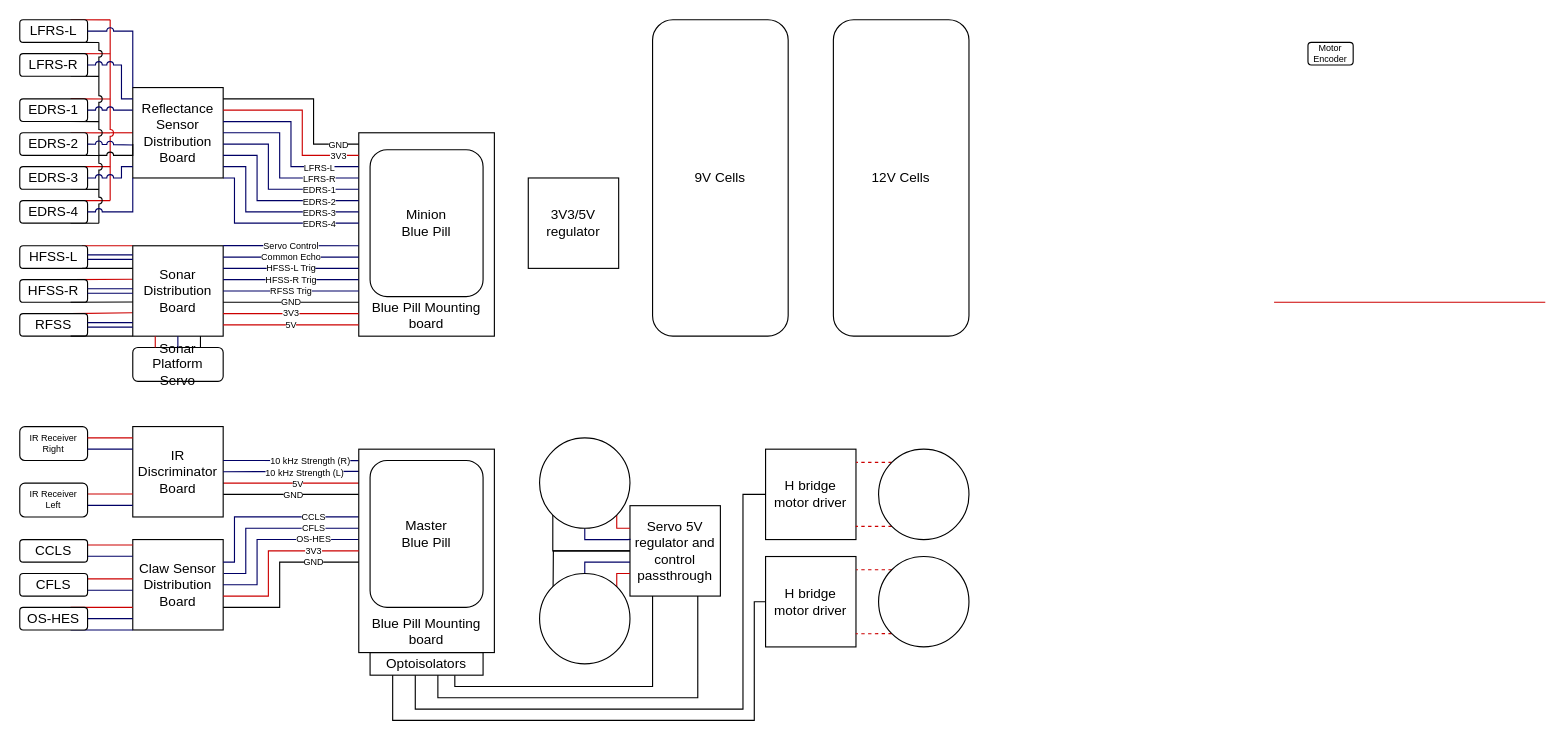
ENPH-253-Team-Nine/Electronics-Diagrams keeps this draw.io diagram as Electroncs.drawio. Above is the earlier version. Source tidied: cells renumbered, new cells numbered last; positions are measured from the earlier drawing's top-left corner, leaving out a move shared by most shapes. Both pictures are drawn from the tidied source at 113%, with x=0, y=0 at pixel (19, 19).
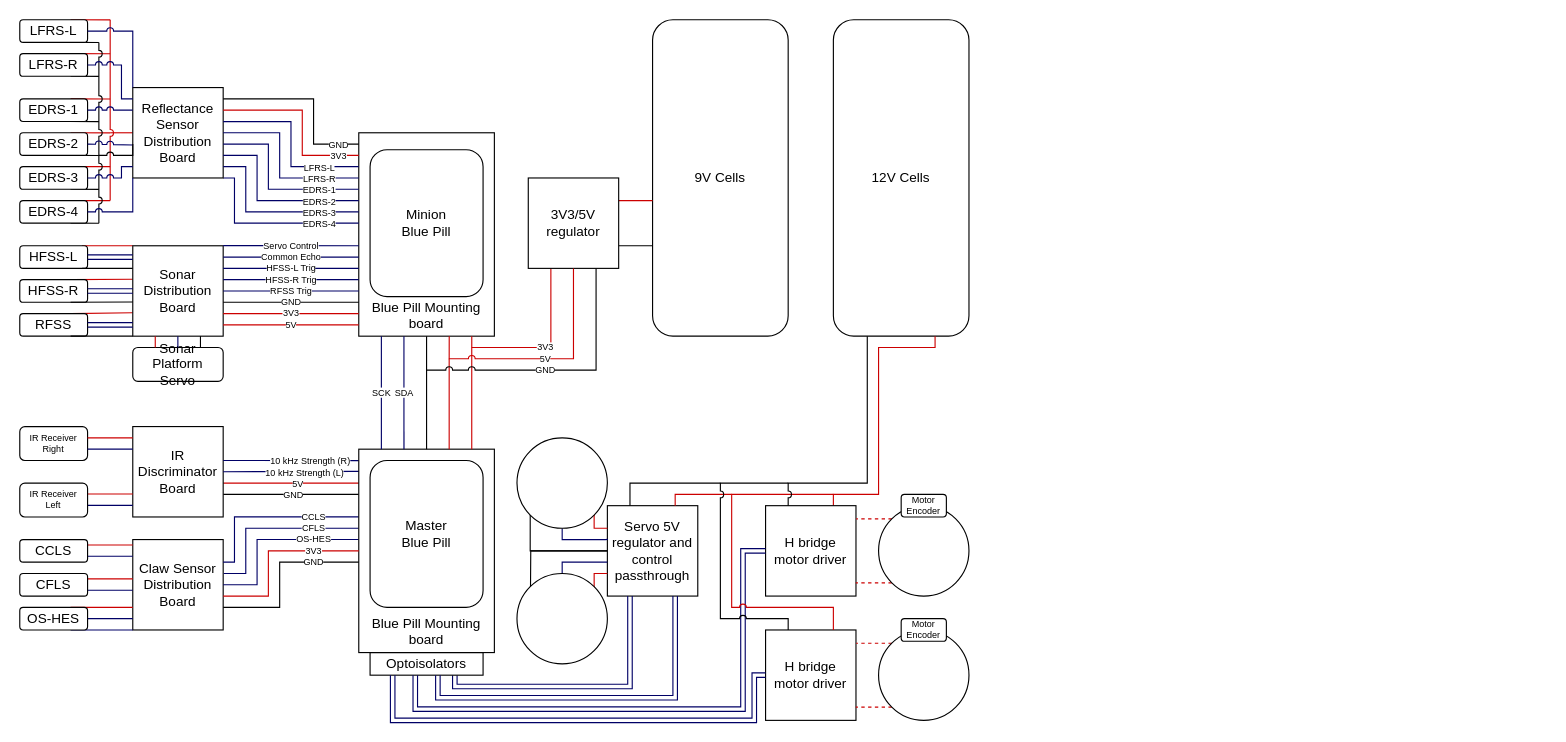
The same page after the edit.

Commit message:
3v3/5v regulator wired

Unchanged cells that the change refers to:
```xml
<mxCell id="7" value="12V Cells" style="rounded=1;whiteSpace=wrap;html=1;" parent="1" vertex="1">
  <mxGeometry x="720" width="120" height="280" as="geometry" />
</mxCell>
<mxCell id="8" value="9V Cells" style="rounded=1;whiteSpace=wrap;html=1;" parent="1" vertex="1">
  <mxGeometry x="560" width="120" height="280" as="geometry" />
</mxCell>
<mxCell id="23" value="&lt;div&gt;&lt;br&gt;&lt;/div&gt;&lt;div&gt;&lt;br&gt;&lt;/div&gt;&lt;div&gt;&lt;br&gt;&lt;/div&gt;&lt;div&gt;&lt;br&gt;&lt;/div&gt;&lt;div&gt;&lt;br&gt;&lt;/div&gt;&lt;div&gt;&lt;br&gt;&lt;/div&gt;&lt;div&gt;&lt;br&gt;&lt;/div&gt;&lt;div&gt;&lt;br&gt;&lt;/div&gt;&lt;div&gt;&lt;br&gt;&lt;/div&gt;&lt;div&gt;&lt;br&gt;&lt;/div&gt;&lt;div&gt;Blue Pill Mounting board&lt;/div&gt;" style="rounded=0;whiteSpace=wrap;html=1;" parent="1" vertex="1">
  <mxGeometry x="300" y="100" width="120" height="180" as="geometry" />
</mxCell>
<mxCell id="25" value="3V3/5V regulator" style="whiteSpace=wrap;html=1;" parent="1" vertex="1">
  <mxGeometry x="450" y="140" width="80" height="80" as="geometry" />
</mxCell>
<mxCell id="86" value="&lt;font style=&quot;font-size: 12px;&quot;&gt;Optoisolators&lt;/font&gt;" style="rounded=0;whiteSpace=wrap;html=1;shadow=0;fontSize=8;rotation=0;" parent="1" vertex="1">
  <mxGeometry x="310" y="560" width="100" height="20" as="geometry" />
</mxCell>
<mxCell id="111" value="&lt;div&gt;&lt;br&gt;&lt;/div&gt;&lt;div&gt;&lt;br&gt;&lt;/div&gt;&lt;div&gt;&lt;br&gt;&lt;/div&gt;&lt;div&gt;&lt;br&gt;&lt;/div&gt;&lt;div&gt;&lt;br&gt;&lt;/div&gt;&lt;div&gt;&lt;br&gt;&lt;/div&gt;&lt;div&gt;&lt;br&gt;&lt;/div&gt;&lt;div&gt;&lt;br&gt;&lt;/div&gt;&lt;div&gt;&lt;br&gt;&lt;/div&gt;&lt;div&gt;&lt;br&gt;&lt;/div&gt;&lt;div&gt;Blue Pill Mounting board&lt;/div&gt;" style="rounded=0;whiteSpace=wrap;html=1;" parent="1" vertex="1">
  <mxGeometry x="300" y="380" width="120" height="180" as="geometry" />
</mxCell>
```

Diff of the diagram source:
```diff
@@
     <mxCell id="9" value="H bridge motor driver" style="whiteSpace=wrap;html=1;" parent="1" vertex="1">
-      <mxGeometry x="660" y="475" width="80" height="80" as="geometry" />
+      <mxGeometry x="660" y="540" width="80" height="80" as="geometry" />
     </mxCell>
     <mxCell id="10" style="edgeStyle=orthogonalEdgeStyle;rounded=0;jettySize=auto;html=1;exitX=0;exitY=0.5;exitDx=0;exitDy=0;entryX=0;entryY=0;entryDx=0;entryDy=0;endArrow=none;endFill=0;" parent="1" edge="1" source="11">
       <mxGeometry relative="1" as="geometry">
-        <mxPoint x="471.7" y="541.7" as="targetPoint" />
+        <mxPoint x="451.7" y="541.7" as="targetPoint" />
       </mxGeometry>
     </mxCell>
     <mxCell id="11" value="Servo 5V regulator and control passthrough" style="whiteSpace=wrap;html=1;" parent="1" vertex="1">
-      <mxGeometry x="540" y="430" width="80" height="80" as="geometry" />
+      <mxGeometry x="520" y="430" width="80" height="80" as="geometry" />
     </mxCell>
@@
     <mxCell id="14" style="ellipse;whiteSpace=wrap;html=1;" parent="1" vertex="1">
-      <mxGeometry x="760" y="475" width="80" height="80" as="geometry" />
+      <mxGeometry x="760" y="540" width="80" height="80" as="geometry" />
     </mxCell>
     <mxCell id="15" style="edgeStyle=orthogonalEdgeStyle;rounded=0;jettySize=auto;html=1;exitX=1;exitY=1;exitDx=0;exitDy=0;entryX=0;entryY=0.25;entryDx=0;entryDy=0;endArrow=none;endFill=0;strokeColor=#CC0000;" parent="1" edge="1" source="18" target="11">
       <mxGeometry relative="1" as="geometry">
         <Array as="points">
-          <mxPoint x="528" y="450" />
+          <mxPoint x="508" y="450" />
         </Array>
       </mxGeometry>
     </mxCell>
     <mxCell id="16" style="edgeStyle=orthogonalEdgeStyle;rounded=0;jettySize=auto;html=1;exitX=0.5;exitY=1;exitDx=0;exitDy=0;endArrow=none;endFill=0;entryX=0.006;entryY=0.373;entryDx=0;entryDy=0;entryPerimeter=0;strokeColor=#000066;" parent="1" edge="1" source="18" target="11">
       <mxGeometry relative="1" as="geometry">
         <Array as="points">
-          <mxPoint x="500" y="460" />
-          <mxPoint x="538" y="460" />
+          <mxPoint x="480" y="460" />
+          <mxPoint x="518" y="460" />
         </Array>
       </mxGeometry>
     </mxCell>
@@
     <mxCell id="18" style="ellipse;whiteSpace=wrap;html=1;" parent="1" vertex="1">
-      <mxGeometry x="460" y="370" width="80" height="80" as="geometry" />
+      <mxGeometry x="440" y="370" width="80" height="80" as="geometry" />
     </mxCell>
     <mxCell id="19" style="edgeStyle=orthogonalEdgeStyle;rounded=0;jettySize=auto;html=1;exitX=0.5;exitY=0;exitDx=0;exitDy=0;entryX=0;entryY=0.625;entryDx=0;entryDy=0;entryPerimeter=0;endArrow=none;endFill=0;strokeColor=#000066;" parent="1" edge="1" target="11">
       <mxGeometry relative="1" as="geometry">
-        <mxPoint x="500" y="530" as="sourcePoint" />
+        <mxPoint x="480" y="530" as="sourcePoint" />
         <Array as="points">
-          <mxPoint x="500" y="480" />
+          <mxPoint x="480" y="480" />
         </Array>
       </mxGeometry>
     </mxCell>
     <mxCell id="20" style="edgeStyle=orthogonalEdgeStyle;rounded=0;jettySize=auto;html=1;exitX=1;exitY=0;exitDx=0;exitDy=0;entryX=0;entryY=0.75;entryDx=0;entryDy=0;endArrow=none;endFill=0;strokeColor=#CC0000;" parent="1" edge="1" target="11">
       <mxGeometry relative="1" as="geometry">
-        <mxPoint x="528.3" y="541.7" as="sourcePoint" />
+        <mxPoint x="508.3" y="541.7" as="sourcePoint" />
         <Array as="points">
-          <mxPoint x="528" y="490" />
+          <mxPoint x="508" y="490" />
         </Array>
       </mxGeometry>
     </mxCell>
     <mxCell id="21" style="ellipse;whiteSpace=wrap;html=1;" parent="1" vertex="1">
-      <mxGeometry x="460" y="490" width="80" height="80" as="geometry" />
+      <mxGeometry x="440" y="490" width="80" height="80" as="geometry" />
     </mxCell>
-    <mxCell id="22" style="edgeStyle=orthogonalEdgeStyle;rounded=0;orthogonalLoop=1;jettySize=auto;html=1;endArrow=none;endFill=0;strokeColor=#CC0000;" parent="1" edge="1">
-      <mxGeometry relative="1" as="geometry">
-        <mxPoint x="1110" y="250" as="sourcePoint" />
-        <mxPoint x="1350" y="250" as="targetPoint" />
-      </mxGeometry>
-    </mxCell>
@@
+    <mxCell id="122" style="rounded=0;sketch=0;jumpStyle=arc;jettySize=auto;html=1;exitX=1;exitY=0.25;exitDx=0;exitDy=0;shadow=0;fontSize=8;endArrow=none;endFill=0;strokeColor=#CC0000;" parent="1" edge="1" source="25">
+      <mxGeometry relative="1" as="geometry">
+        <mxPoint x="560" y="160" as="targetPoint" />
+      </mxGeometry>
+    </mxCell>
+    <mxCell id="123" style="edgeStyle=orthogonalEdgeStyle;rounded=0;sketch=0;jumpStyle=arc;jettySize=auto;html=1;exitX=1;exitY=0.75;exitDx=0;exitDy=0;entryX=0;entryY=0.716;entryDx=0;entryDy=0;entryPerimeter=0;shadow=0;fontSize=8;endArrow=none;endFill=0;strokeColor=#000000;" parent="1" edge="1" source="25" target="8">
+      <mxGeometry relative="1" as="geometry" />
+    </mxCell>
+    <mxCell id="124" value="3V3" style="edgeStyle=orthogonalEdgeStyle;rounded=0;sketch=0;jumpStyle=arc;jettySize=auto;html=1;exitX=0.25;exitY=1;exitDx=0;exitDy=0;shadow=0;fontSize=8;endArrow=none;endFill=0;strokeColor=#CC0000;" parent="1" edge="1" source="25">
+      <mxGeometry relative="1" as="geometry">
+        <mxPoint x="400" y="280" as="targetPoint" />
+        <Array as="points">
+          <mxPoint x="470" y="290" />
+          <mxPoint x="400" y="290" />
+        </Array>
+      </mxGeometry>
+    </mxCell>
@@
-    <mxCell id="85" style="edgeStyle=orthogonalEdgeStyle;rounded=0;sketch=0;jumpStyle=none;jettySize=auto;html=1;entryX=0.25;entryY=1;entryDx=0;entryDy=0;shadow=0;fontSize=8;endArrow=none;endFill=0;strokeColor=#000000;exitX=0.75;exitY=1;exitDx=0;exitDy=0;" parent="1" edge="1" source="86" target="11">
+    <mxCell id="85" style="edgeStyle=orthogonalEdgeStyle;rounded=0;sketch=0;jumpStyle=none;jettySize=auto;html=1;entryX=0.25;entryY=1;entryDx=0;entryDy=0;shadow=0;fontSize=8;endArrow=none;endFill=0;strokeColor=#000066;exitX=0.75;exitY=1;exitDx=0;exitDy=0;shape=link;" parent="1" edge="1" source="86" target="11">
       <mxGeometry relative="1" as="geometry">
         <Array as="points">
           <mxPoint x="385" y="590" />
-          <mxPoint x="560" y="590" />
+          <mxPoint x="540" y="590" />
         </Array>
       </mxGeometry>
     </mxCell>
@@
-    <mxCell id="95" value="Motor Encoder" style="rounded=1;whiteSpace=wrap;html=1;shadow=0;fontSize=8;" parent="1" vertex="1">
-      <mxGeometry x="1140" y="20" width="40" height="20" as="geometry" />
-    </mxCell>
@@
+    <mxCell id="125" style="edgeStyle=orthogonalEdgeStyle;rounded=0;sketch=0;jumpStyle=none;jettySize=auto;html=1;exitX=0.75;exitY=0;exitDx=0;exitDy=0;entryX=0.75;entryY=1;entryDx=0;entryDy=0;shadow=0;fontSize=8;endArrow=none;endFill=0;strokeColor=#CC0000;" parent="1" edge="1" source="113" target="7">
+      <mxGeometry relative="1" as="geometry">
+        <Array as="points">
+          <mxPoint x="720" y="420" />
+          <mxPoint x="760" y="420" />
+          <mxPoint x="760" y="290" />
+          <mxPoint x="810" y="290" />
+        </Array>
+      </mxGeometry>
+    </mxCell>
     <mxCell id="113" value="H bridge motor driver" style="whiteSpace=wrap;html=1;" parent="1" vertex="1">
-      <mxGeometry x="660" y="380" width="80" height="80" as="geometry" />
+      <mxGeometry x="660" y="430" width="80" height="80" as="geometry" />
     </mxCell>
@@
     <mxCell id="116" style="ellipse;whiteSpace=wrap;html=1;" parent="1" vertex="1">
-      <mxGeometry x="760" y="380" width="80" height="80" as="geometry" />
+      <mxGeometry x="760" y="430" width="80" height="80" as="geometry" />
     </mxCell>
@@
-    <mxCell id="119" style="edgeStyle=orthogonalEdgeStyle;rounded=0;sketch=0;jumpStyle=none;jettySize=auto;html=1;entryX=0.75;entryY=1;entryDx=0;entryDy=0;shadow=0;fontSize=8;endArrow=none;endFill=0;strokeColor=#000000;exitX=0.6;exitY=1;exitDx=0;exitDy=0;exitPerimeter=0;" parent="1" edge="1" source="86" target="11">
+    <mxCell id="119" style="edgeStyle=orthogonalEdgeStyle;rounded=0;sketch=0;jumpStyle=none;jettySize=auto;html=1;entryX=0.75;entryY=1;entryDx=0;entryDy=0;shadow=0;fontSize=8;endArrow=none;endFill=0;strokeColor=#000066;exitX=0.6;exitY=1;exitDx=0;exitDy=0;exitPerimeter=0;shape=link;" parent="1" edge="1" source="86" target="11">
       <mxGeometry relative="1" as="geometry">
         <Array as="points">
           <mxPoint x="370" y="600" />
-          <mxPoint x="600" y="600" />
+          <mxPoint x="580" y="600" />
         </Array>
       </mxGeometry>
     </mxCell>
-    <mxCell id="120" style="edgeStyle=orthogonalEdgeStyle;rounded=0;sketch=0;jumpStyle=none;jettySize=auto;html=1;entryX=0;entryY=0.5;entryDx=0;entryDy=0;shadow=0;fontSize=8;endArrow=none;endFill=0;strokeColor=#000000;exitX=0.4;exitY=1;exitDx=0;exitDy=0;exitPerimeter=0;" parent="1" edge="1" source="86" target="113">
+    <mxCell id="120" style="edgeStyle=orthogonalEdgeStyle;rounded=0;sketch=0;jumpStyle=none;jettySize=auto;html=1;entryX=0;entryY=0.5;entryDx=0;entryDy=0;shadow=0;fontSize=8;endArrow=none;endFill=0;strokeColor=#000066;exitX=0.4;exitY=1;exitDx=0;exitDy=0;exitPerimeter=0;shape=link;" parent="1" edge="1" source="86" target="113">
       <mxGeometry relative="1" as="geometry">
         <Array as="points">
           <mxPoint x="350" y="610" />
           <mxPoint x="640" y="610" />
-          <mxPoint x="640" y="420" />
+          <mxPoint x="640" y="470" />
         </Array>
       </mxGeometry>
     </mxCell>
-    <mxCell id="121" style="edgeStyle=orthogonalEdgeStyle;rounded=0;sketch=0;jumpStyle=none;jettySize=auto;html=1;entryX=0;entryY=0.5;entryDx=0;entryDy=0;shadow=0;fontSize=8;endArrow=none;endFill=0;strokeColor=#000000;exitX=0.2;exitY=1;exitDx=0;exitDy=0;exitPerimeter=0;" parent="1" edge="1" source="86" target="9">
+    <mxCell id="121" style="edgeStyle=orthogonalEdgeStyle;rounded=0;sketch=0;jumpStyle=none;jettySize=auto;html=1;entryX=0;entryY=0.5;entryDx=0;entryDy=0;shadow=0;fontSize=8;endArrow=none;endFill=0;strokeColor=#000066;exitX=0.2;exitY=1;exitDx=0;exitDy=0;exitPerimeter=0;shape=link;" parent="1" edge="1" source="86" target="9">
       <mxGeometry relative="1" as="geometry">
         <Array as="points">
           <mxPoint x="330" y="620" />
           <mxPoint x="650" y="620" />
-          <mxPoint x="650" y="515" />
+          <mxPoint x="650" y="580" />
         </Array>
       </mxGeometry>
     </mxCell>
+    <mxCell id="126" style="edgeStyle=orthogonalEdgeStyle;rounded=0;sketch=0;jumpStyle=arc;jettySize=auto;html=1;exitX=0.75;exitY=0;exitDx=0;exitDy=0;shadow=0;fontSize=8;endArrow=none;endFill=0;strokeColor=#CC0000;" parent="1" edge="1" source="9">
+      <mxGeometry relative="1" as="geometry">
+        <mxPoint x="720" y="420" as="targetPoint" />
+        <Array as="points">
+          <mxPoint x="720" y="520" />
+          <mxPoint x="630" y="520" />
+          <mxPoint x="630" y="420" />
+        </Array>
+      </mxGeometry>
+    </mxCell>
+    <mxCell id="127" style="edgeStyle=orthogonalEdgeStyle;rounded=0;sketch=0;jumpStyle=none;jettySize=auto;html=1;exitX=0.75;exitY=0;exitDx=0;exitDy=0;shadow=0;fontSize=8;endArrow=none;endFill=0;strokeColor=#CC0000;" parent="1" edge="1" source="11">
+      <mxGeometry relative="1" as="geometry">
+        <mxPoint x="630" y="420" as="targetPoint" />
+        <Array as="points">
+          <mxPoint x="580" y="420" />
+        </Array>
+      </mxGeometry>
+    </mxCell>
+    <mxCell id="128" style="edgeStyle=orthogonalEdgeStyle;rounded=0;sketch=0;jumpStyle=arc;jettySize=auto;html=1;exitX=0.25;exitY=0;exitDx=0;exitDy=0;entryX=0.75;entryY=1;entryDx=0;entryDy=0;shadow=0;fontSize=8;endArrow=none;endFill=0;strokeColor=#000000;" parent="1" edge="1" source="113">
+      <mxGeometry relative="1" as="geometry">
+        <mxPoint x="750" y="280" as="targetPoint" />
+        <Array as="points">
+          <mxPoint x="680" y="410" />
+          <mxPoint x="750" y="410" />
+        </Array>
+      </mxGeometry>
+    </mxCell>
+    <mxCell id="129" style="edgeStyle=orthogonalEdgeStyle;rounded=0;sketch=0;jumpStyle=arc;jettySize=auto;html=1;exitX=0.25;exitY=0;exitDx=0;exitDy=0;shadow=0;fontSize=8;endArrow=none;endFill=0;strokeColor=#000000;" parent="1" edge="1" source="9">
+      <mxGeometry relative="1" as="geometry">
+        <mxPoint x="680" y="410" as="targetPoint" />
+        <Array as="points">
+          <mxPoint x="680" y="530" />
+          <mxPoint x="620" y="530" />
+          <mxPoint x="620" y="410" />
+          <mxPoint x="680" y="410" />
+        </Array>
+      </mxGeometry>
+    </mxCell>
+    <mxCell id="130" style="edgeStyle=orthogonalEdgeStyle;rounded=0;sketch=0;jumpStyle=arc;jettySize=auto;html=1;shadow=0;fontSize=8;endArrow=none;endFill=0;strokeColor=#000000;exitX=0.25;exitY=0;exitDx=0;exitDy=0;" parent="1" edge="1" source="11">
+      <mxGeometry relative="1" as="geometry">
+        <mxPoint x="620" y="410" as="targetPoint" />
+        <Array as="points">
+          <mxPoint x="540" y="410" />
+        </Array>
+      </mxGeometry>
+    </mxCell>
+    <mxCell id="95" value="Motor Encoder" style="rounded=1;whiteSpace=wrap;html=1;shadow=0;fontSize=8;" parent="1" vertex="1">
+      <mxGeometry x="780" y="420" width="40" height="20" as="geometry" />
+    </mxCell>
+    <mxCell id="131" value="Motor Encoder" style="rounded=1;whiteSpace=wrap;html=1;shadow=0;fontSize=8;" parent="1" vertex="1">
+      <mxGeometry x="780" y="530" width="40" height="20" as="geometry" />
+    </mxCell>
+    <mxCell id="132" style="edgeStyle=orthogonalEdgeStyle;rounded=0;sketch=0;jumpStyle=arc;jettySize=auto;html=1;exitX=0.25;exitY=1;exitDx=0;exitDy=0;shadow=0;fontSize=8;endArrow=none;endFill=0;strokeColor=#CC0000;entryX=0.833;entryY=0;entryDx=0;entryDy=0;entryPerimeter=0;" parent="1" edge="1" target="111">
+      <mxGeometry relative="1" as="geometry">
+        <mxPoint x="400" y="290" as="sourcePoint" />
+      </mxGeometry>
+    </mxCell>
+    <mxCell id="133" style="edgeStyle=orthogonalEdgeStyle;rounded=0;sketch=0;jumpStyle=arc;jettySize=auto;html=1;shadow=0;fontSize=8;endArrow=none;endFill=0;strokeColor=#000000;entryX=0.5;entryY=0;entryDx=0;entryDy=0;" parent="1" edge="1" target="111">
+      <mxGeometry relative="1" as="geometry">
+        <mxPoint x="360" y="310" as="sourcePoint" />
+        <Array as="points">
+          <mxPoint x="360" y="340" />
+          <mxPoint x="360" y="340" />
+        </Array>
+      </mxGeometry>
+    </mxCell>
+    <mxCell id="134" style="edgeStyle=orthogonalEdgeStyle;rounded=0;sketch=0;jumpStyle=arc;orthogonalLoop=1;jettySize=auto;html=1;shadow=0;fontSize=8;endArrow=none;endFill=0;strokeColor=#CC0000;entryX=0.833;entryY=0;entryDx=0;entryDy=0;entryPerimeter=0;" parent="1" edge="1">
+      <mxGeometry relative="1" as="geometry">
+        <mxPoint x="380" y="300" as="sourcePoint" />
+        <mxPoint x="380" y="380" as="targetPoint" />
+      </mxGeometry>
+    </mxCell>
+    <mxCell id="135" value="5V" style="edgeStyle=orthogonalEdgeStyle;rounded=0;sketch=0;jumpStyle=arc;jettySize=auto;html=1;exitX=0.5;exitY=1;exitDx=0;exitDy=0;shadow=0;fontSize=8;endArrow=none;endFill=0;strokeColor=#CC0000;entryX=0.667;entryY=1;entryDx=0;entryDy=0;entryPerimeter=0;" parent="1" edge="1" source="25" target="23">
+      <mxGeometry relative="1" as="geometry">
+        <Array as="points">
+          <mxPoint x="490" y="300" />
+          <mxPoint x="380" y="300" />
+        </Array>
+      </mxGeometry>
+    </mxCell>
+    <mxCell id="136" value="GND" style="edgeStyle=orthogonalEdgeStyle;rounded=0;sketch=0;jumpStyle=arc;jettySize=auto;html=1;shadow=0;fontSize=8;endArrow=none;endFill=0;strokeColor=#000000;exitX=0.75;exitY=1;exitDx=0;exitDy=0;" parent="1" edge="1" source="25">
+      <mxGeometry relative="1" as="geometry">
+        <mxPoint x="360" y="280" as="targetPoint" />
+        <Array as="points">
+          <mxPoint x="510" y="310" />
+          <mxPoint x="360" y="310" />
+        </Array>
+      </mxGeometry>
+    </mxCell>
+    <mxCell id="137" value="SDA" style="edgeStyle=orthogonalEdgeStyle;rounded=0;sketch=0;jumpStyle=arc;jettySize=auto;html=1;shadow=0;fontSize=8;endArrow=none;endFill=0;strokeColor=#000066;entryX=0.5;entryY=0;entryDx=0;entryDy=0;exitX=0.333;exitY=1;exitDx=0;exitDy=0;exitPerimeter=0;" parent="1" edge="1" source="23">
+      <mxGeometry relative="1" as="geometry">
+        <mxPoint x="340" y="380" as="targetPoint" />
+      </mxGeometry>
+    </mxCell>
+    <mxCell id="138" value="SCK" style="edgeStyle=orthogonalEdgeStyle;rounded=0;sketch=0;jumpStyle=arc;orthogonalLoop=1;jettySize=auto;html=1;shadow=0;fontSize=8;endArrow=none;endFill=0;strokeColor=#000066;entryX=0.5;entryY=0;entryDx=0;entryDy=0;exitX=0.333;exitY=1;exitDx=0;exitDy=0;exitPerimeter=0;" parent="1" edge="1">
+      <mxGeometry relative="1" as="geometry">
+        <mxPoint x="320" y="280" as="sourcePoint" />
+        <mxPoint x="320" y="380" as="targetPoint" />
+      </mxGeometry>
+    </mxCell>
```
